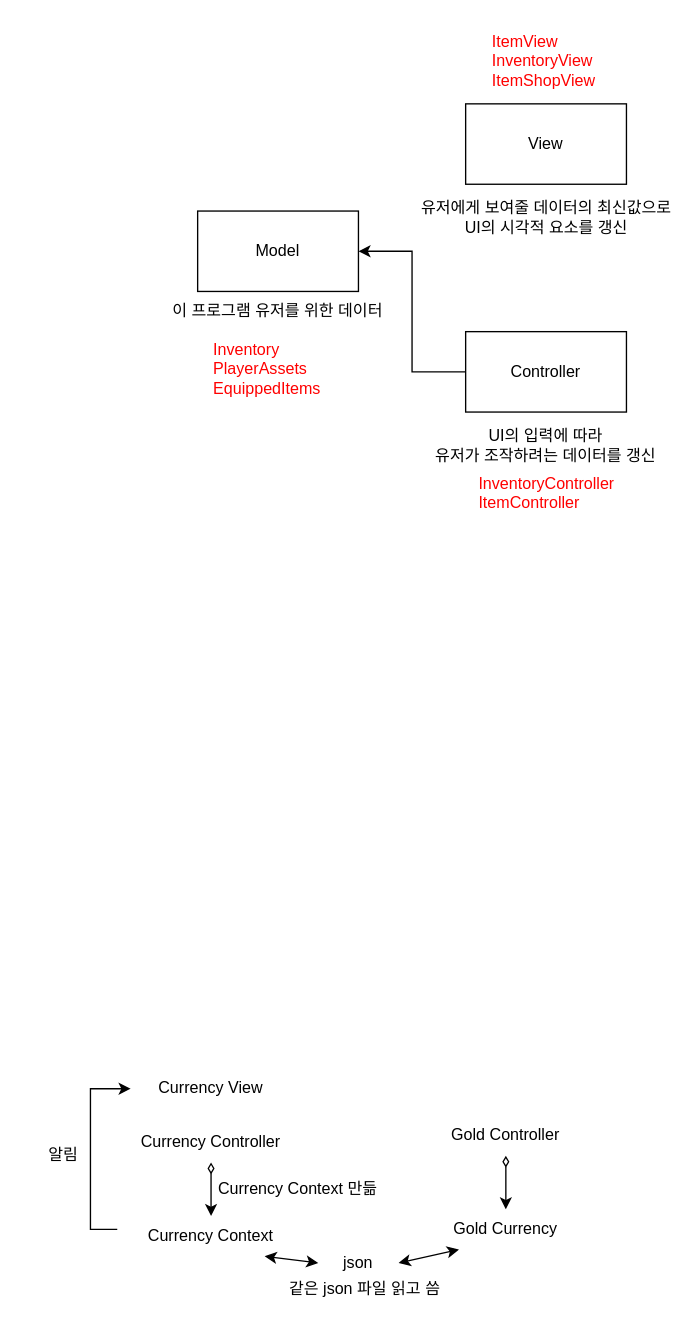
This is DesignPractice/DesignPractice.drawio from Unity-Boot-Camp-13th/UnityEngineBasic, a draw.io file, before an edit. Source tidied: cells renumbered, new cells numbered last; positions are measured from the earlier drawing's top-left corner, leaving out a move shared by most shapes. Both pictures are drawn from the tidied source at 134%, with x=0, y=0 at pixel (23, 23).
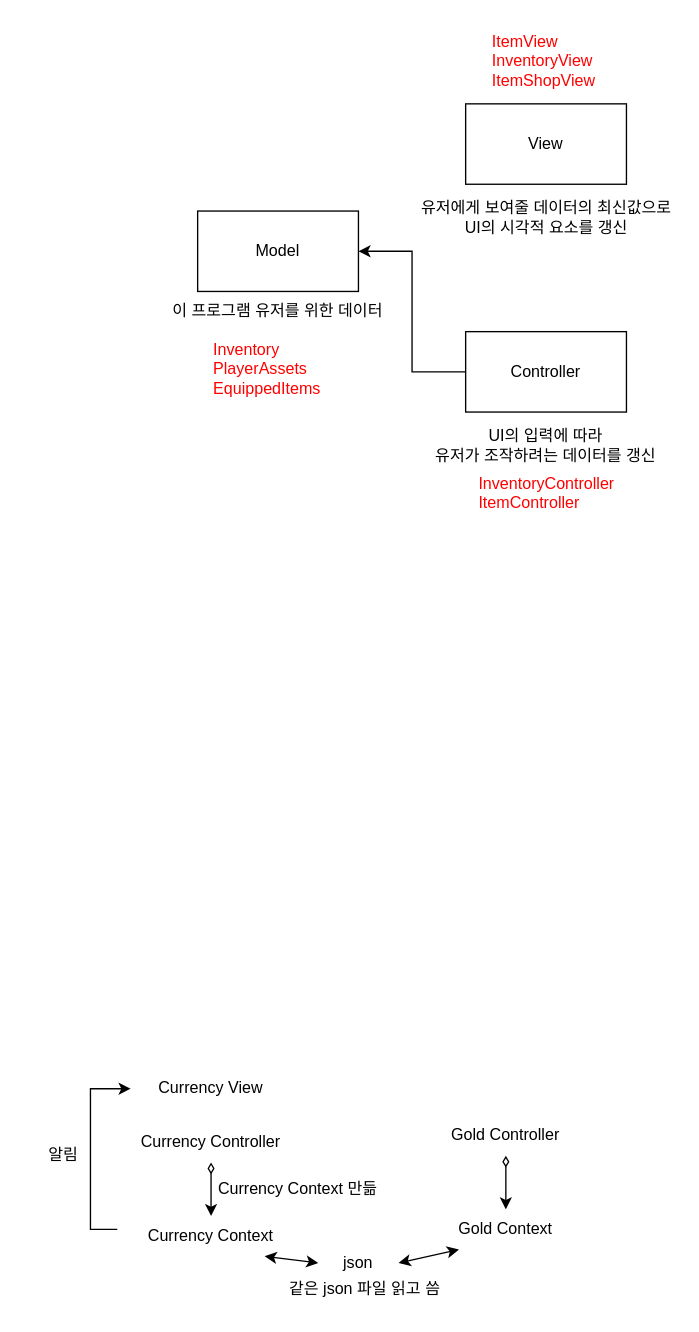
Above is the later version.

The edit, as a diff of the source:
```diff
@@
-    <mxCell id="23" value="Gold Currency" style="text;html=1;align=center;verticalAlign=middle;whiteSpace=wrap;rounded=0;" parent="1" vertex="1">
+    <mxCell id="23" value="Gold Context" style="text;html=1;align=center;verticalAlign=middle;whiteSpace=wrap;rounded=0;" parent="1" vertex="1">
       <mxGeometry x="290" y="885" width="140" height="30" as="geometry" />
     </mxCell>
```
